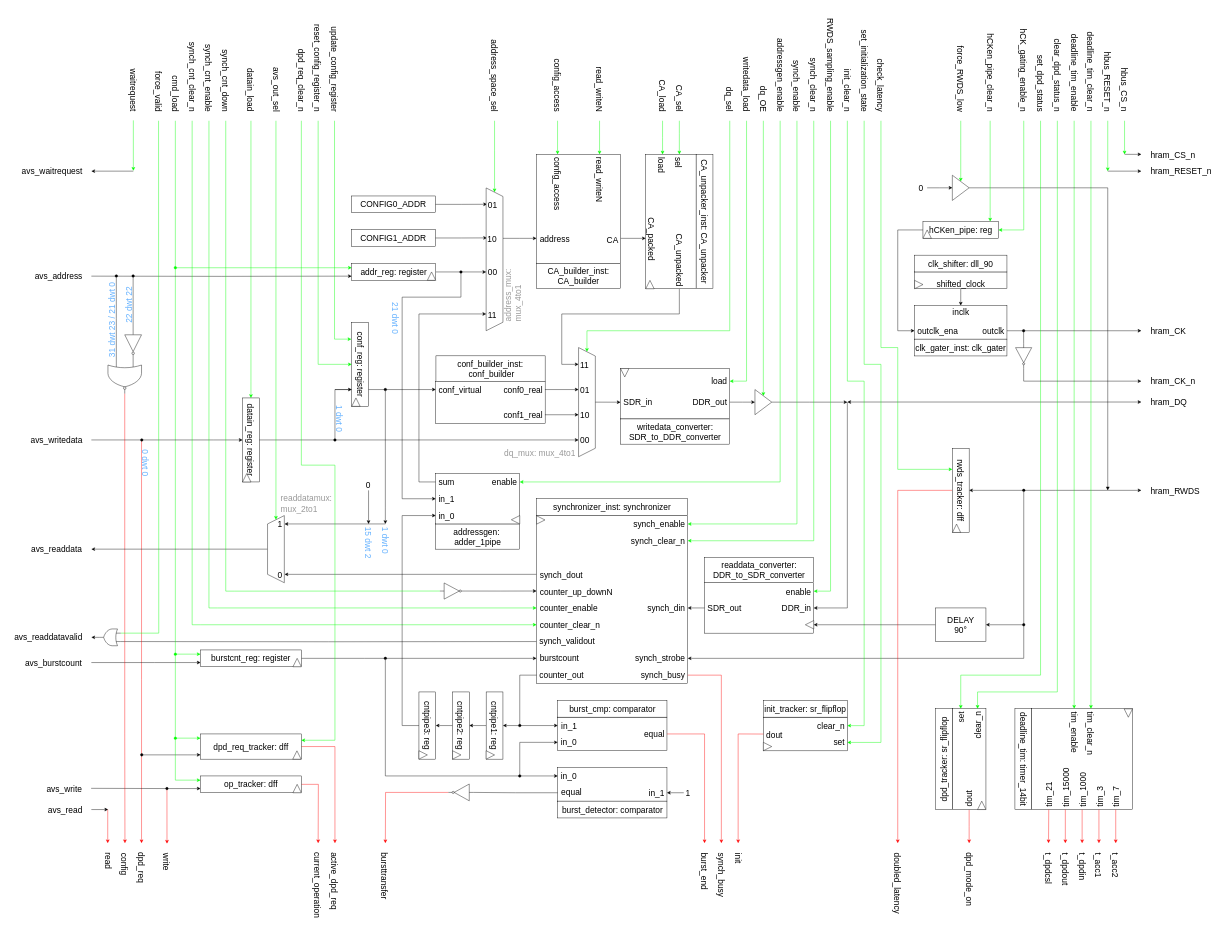
This is page "RTL" (2 of 9) of hyperram_system/ip/avs_to_hram_converter/schematics/avs_to_hram_converter.drawio from AndreaBononi/Intel_Cyclone10LP_systems, a draw.io file, before an edit. Source tidied: cells renumbered, new cells numbered last; positions are measured from the earlier drawing's top-left corner, leaving out a move shared by most shapes. Both pictures are drawn from the tidied source at 42%, with x=0, y=0 at pixel (7, 51).
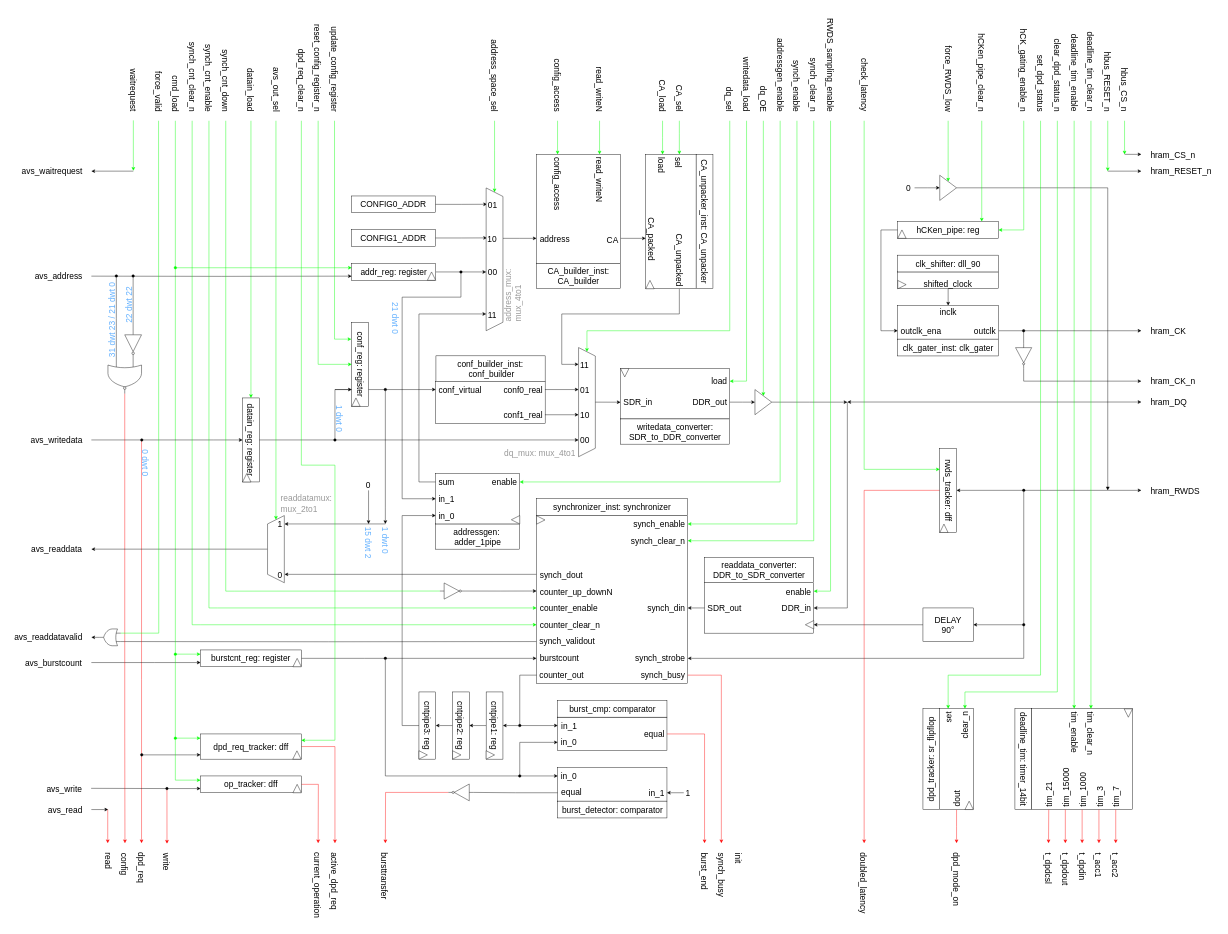
The same diagram, later.

The edit, as a diff of the source:
```diff
@@
     <mxCell id="34" style="edgeStyle=orthogonalEdgeStyle;rounded=0;jettySize=auto;html=1;strokeColor=default;entryX=0;entryY=0.75;entryDx=0;entryDy=0;exitX=0.5;exitY=1;exitDx=0;exitDy=0;" parent="1" edge="1" source="330" target="70">
       <mxGeometry relative="1" as="geometry">
         <Array as="points">
-          <mxPoint x="2120" y="425" />
-          <mxPoint x="2120" y="665" />
+          <mxPoint x="2080" y="425" />
+          <mxPoint x="2080" y="665" />
         </Array>
       </mxGeometry>
     </mxCell>
@@
     <mxCell id="38" style="rounded=0;whiteSpace=wrap;html=1;fontSize=20;rotation=0;" parent="1" vertex="1">
-      <mxGeometry x="2160" y="525" width="220" height="40" as="geometry" />
+      <mxGeometry x="2120" y="525" width="240" height="40" as="geometry" />
     </mxCell>
     <mxCell id="39" value="&lt;font style=&quot;font-size: 20px;&quot;&gt;clk_shifter: dll_90&lt;br style=&quot;font-size: 20px;&quot;&gt;&lt;/font&gt;" style="rounded=0;whiteSpace=wrap;html=1;fontSize=20;rotation=0;" parent="1" vertex="1">
-      <mxGeometry x="2160" y="485" width="220" height="40" as="geometry" />
+      <mxGeometry x="2120" y="485" width="240" height="40" as="geometry" />
     </mxCell>
     <mxCell id="40" value="&lt;div align=&quot;center&quot; style=&quot;font-size: 20px;&quot;&gt;&lt;font style=&quot;font-size: 20px;&quot;&gt;shifted_clock&lt;/font&gt;&lt;/div&gt;" style="text;html=1;align=center;verticalAlign=middle;strokeColor=none;fillColor=none;fontSize=20;rotation=0;" parent="1" vertex="1">
-      <mxGeometry x="2200" y="533" width="140" height="40" as="geometry" />
+      <mxGeometry x="2169" y="533" width="140" height="40" as="geometry" />
     </mxCell>
@@
     <mxCell id="49" value="dpd_mode_on" style="text;html=1;align=left;verticalAlign=middle;strokeColor=none;fillColor=none;fontSize=20;rotation=90;" parent="1" vertex="1">
-      <mxGeometry x="2215" y="1960" width="150" height="40" as="geometry" />
+      <mxGeometry x="2185" y="1960" width="150" height="40" as="geometry" />
     </mxCell>
-    <mxCell id="50" style="edgeStyle=orthogonalEdgeStyle;rounded=0;jettySize=auto;html=1;strokeColor=#00FF00;entryX=1;entryY=0.25;entryDx=0;entryDy=0;" parent="1" edge="1" target="304">
-      <mxGeometry relative="1" as="geometry">
-        <mxPoint x="2000" y="165" as="sourcePoint" />
-        <Array as="points">
-          <mxPoint x="2000" y="785" />
-          <mxPoint x="2040" y="785" />
-          <mxPoint x="2040" y="1605" />
-        </Array>
-      </mxGeometry>
-    </mxCell>
@@
-    <mxCell id="52" style="edgeStyle=orthogonalEdgeStyle;rounded=0;jettySize=auto;html=1;strokeColor=#00FF00;entryX=1;entryY=0.75;entryDx=0;entryDy=0;" parent="1" edge="1" target="304">
-      <mxGeometry relative="1" as="geometry">
-        <mxPoint x="2040" y="165" as="sourcePoint" />
-        <Array as="points">
-          <mxPoint x="2040" y="745" />
-          <mxPoint x="2080" y="745" />
-          <mxPoint x="2080" y="1645" />
-        </Array>
-      </mxGeometry>
-    </mxCell>
@@
     <mxCell id="70" style="rounded=0;whiteSpace=wrap;html=1;fontSize=20;rotation=0;" parent="1" vertex="1">
-      <mxGeometry x="2160" y="605" width="220" height="80" as="geometry" />
+      <mxGeometry x="2120" y="605" width="240" height="80" as="geometry" />
     </mxCell>
     <mxCell id="71" value="&lt;font style=&quot;font-size: 20px;&quot;&gt;clk_gater_inst: clk_gater&lt;br style=&quot;font-size: 20px;&quot;&gt;&lt;/font&gt;" style="rounded=0;whiteSpace=wrap;html=1;fontSize=20;rotation=0;" parent="1" vertex="1">
-      <mxGeometry x="2160" y="685" width="220" height="40" as="geometry" />
+      <mxGeometry x="2120" y="685" width="240" height="40" as="geometry" />
     </mxCell>
     <mxCell id="72" value="outclk" style="text;html=1;align=right;verticalAlign=middle;strokeColor=none;fillColor=none;fontSize=20;rotation=0;" parent="1" vertex="1">
-      <mxGeometry x="2295" y="645" width="80" height="40" as="geometry" />
+      <mxGeometry x="2275" y="645" width="80" height="40" as="geometry" />
     </mxCell>
     <mxCell id="73" value="outclk_ena" style="text;html=1;align=left;verticalAlign=middle;strokeColor=none;fillColor=none;fontSize=20;rotation=0;" parent="1" vertex="1">
-      <mxGeometry x="2165" y="645" width="120" height="40" as="geometry" />
+      <mxGeometry x="2125" y="645" width="120" height="40" as="geometry" />
     </mxCell>
@@
     <mxCell id="136" style="edgeStyle=orthogonalEdgeStyle;rounded=0;jettySize=auto;html=1;strokeColor=#00FF00;entryX=0.5;entryY=0;entryDx=0;entryDy=0;" parent="1" edge="1" target="172">
       <mxGeometry relative="1" as="geometry">
-        <mxPoint x="2270" y="165" as="sourcePoint" />
+        <mxPoint x="2240" y="165" as="sourcePoint" />
         <Array as="points">
-          <mxPoint x="2270" y="225" />
-          <mxPoint x="2270" y="225" />
+          <mxPoint x="2240" y="225" />
+          <mxPoint x="2240" y="225" />
         </Array>
       </mxGeometry>
     </mxCell>
     <mxCell id="137" value="&lt;font style=&quot;font-size: 20px;&quot;&gt;force_RWDS_low&lt;/font&gt;" style="text;html=1;align=right;verticalAlign=middle;strokeColor=none;fillColor=none;rotation=90;fontSize=15;" parent="1" vertex="1">
-      <mxGeometry x="2180" y="35" width="180" height="40" as="geometry" />
+      <mxGeometry x="2150" y="35" width="180" height="40" as="geometry" />
     </mxCell>
@@
     <mxCell id="142" style="endArrow=classic;html=1;rounded=0;strokeColor=#FF0000;edgeStyle=orthogonalEdgeStyle;exitX=1;exitY=0.5;exitDx=0;exitDy=0;" parent="1" edge="1" source="145">
       <mxGeometry relative="1" as="geometry">
-        <mxPoint x="2120" y="1885" as="targetPoint" />
+        <mxPoint x="2040" y="1885" as="targetPoint" />
         <Array as="points">
-          <mxPoint x="2120" y="1045" />
-          <mxPoint x="2120" y="1885" />
+          <mxPoint x="2040" y="1045" />
+          <mxPoint x="2040" y="1885" />
         </Array>
       </mxGeometry>
     </mxCell>
     <mxCell id="143" value="doubled_latency" style="text;html=1;align=left;verticalAlign=middle;strokeColor=none;fillColor=none;fontSize=20;rotation=90;" parent="1" vertex="1">
-      <mxGeometry x="2035" y="1971" width="170" height="40" as="geometry" />
+      <mxGeometry x="1954" y="1970" width="170" height="40" as="geometry" />
     </mxCell>
@@
     <mxCell id="145" value="&lt;font style=&quot;font-size: 20px;&quot;&gt;rwds_tracker: dff&lt;/font&gt;" style="rounded=0;whiteSpace=wrap;html=1;horizontal=1;direction=south;fontSize=20;rotation=90;" parent="1" vertex="1">
-      <mxGeometry x="2170" y="1025" width="200" height="40" as="geometry" />
+      <mxGeometry x="2140" y="1025" width="200" height="40" as="geometry" />
     </mxCell>
     <mxCell id="146" style="triangle;whiteSpace=wrap;html=1;direction=east;fontSize=15;horizontal=1;rotation=-90;" parent="1" vertex="1">
-      <mxGeometry x="2250" y="1125.5" width="20" height="19.5" as="geometry" />
+      <mxGeometry x="2220" y="1125.5" width="20" height="19.5" as="geometry" />
     </mxCell>
-    <mxCell id="147" style="edgeStyle=orthogonalEdgeStyle;rounded=0;orthogonalLoop=1;jettySize=auto;html=1;strokeColor=#00FF00;" parent="1" edge="1">
+    <mxCell id="147" style="edgeStyle=orthogonalEdgeStyle;rounded=0;jettySize=auto;html=1;strokeColor=#00FF00;entryX=1;entryY=0.75;entryDx=0;entryDy=0;" parent="1" edge="1" target="145">
       <mxGeometry relative="1" as="geometry">
-        <mxPoint x="2080" y="165" as="sourcePoint" />
-        <mxPoint x="2250" y="995" as="targetPoint" />
+        <mxPoint x="2040" y="165" as="sourcePoint" />
         <Array as="points">
-          <mxPoint x="2080" y="705" />
-          <mxPoint x="2120" y="705" />
-          <mxPoint x="2120" y="995" />
+          <mxPoint x="2040" y="995" />
         </Array>
       </mxGeometry>
     </mxCell>
     <mxCell id="148" value="&lt;font style=&quot;font-size: 20px;&quot;&gt;check_latency&lt;/font&gt;" style="text;html=1;align=right;verticalAlign=middle;strokeColor=none;fillColor=none;rotation=90;fontSize=15;" parent="1" vertex="1">
-      <mxGeometry x="2005" y="50" width="150" height="40" as="geometry" />
+      <mxGeometry x="1965" y="49" width="150" height="40" as="geometry" />
     </mxCell>
@@
     <mxCell id="171" style="edgeStyle=orthogonalEdgeStyle;rounded=0;jettySize=auto;html=1;exitX=0;exitY=0.5;exitDx=0;exitDy=0;entryX=0;entryY=0.5;entryDx=0;entryDy=0;" parent="1" edge="1" target="172">
       <mxGeometry relative="1" as="geometry">
-        <mxPoint x="2190" y="324.7" as="sourcePoint" />
+        <mxPoint x="2160" y="324.7" as="sourcePoint" />
         <Array as="points">
-          <mxPoint x="2220" y="323.9" />
-          <mxPoint x="2220" y="323.9" />
+          <mxPoint x="2190" y="323.9" />
+          <mxPoint x="2190" y="323.9" />
         </Array>
       </mxGeometry>
     </mxCell>
     <mxCell id="172" style="triangle;whiteSpace=wrap;html=1;align=left;" parent="1" vertex="1">
-      <mxGeometry x="2250" y="294.7" width="40" height="60" as="geometry" />
+      <mxGeometry x="2220" y="294.7" width="40" height="60" as="geometry" />
     </mxCell>
     <mxCell id="173" value="&lt;font style=&quot;font-size: 20px;&quot;&gt;0&lt;/font&gt;" style="text;html=1;align=center;verticalAlign=middle;strokeColor=none;fillColor=none;" parent="1" vertex="1">
-      <mxGeometry x="2160" y="305.1" width="30" height="40" as="geometry" />
+      <mxGeometry x="2130" y="305.1" width="30" height="40" as="geometry" />
     </mxCell>
@@
     <mxCell id="292" style="edgeStyle=orthogonalEdgeStyle;rounded=0;jettySize=auto;html=1;exitX=0;exitY=0.5;exitDx=0;exitDy=0;strokeColor=#FF0000;" parent="1" edge="1" source="293">
       <mxGeometry relative="1" as="geometry">
-        <mxPoint x="2290" y="1885" as="targetPoint" />
+        <mxPoint x="2260" y="1885" as="targetPoint" />
       </mxGeometry>
     </mxCell>
     <mxCell id="293" style="rounded=0;whiteSpace=wrap;html=1;fontSize=20;rotation=-90;" parent="1" vertex="1">
-      <mxGeometry x="2170" y="1645" width="240" height="80" as="geometry" />
+      <mxGeometry x="2140" y="1645" width="240" height="80" as="geometry" />
     </mxCell>
     <mxCell id="294" value="&lt;font style=&quot;font-size: 20px;&quot;&gt;dpd_tracker: sr_flipflop&lt;/font&gt;" style="rounded=0;whiteSpace=wrap;html=1;fontSize=20;rotation=-90;" parent="1" vertex="1">
-      <mxGeometry x="2110" y="1665" width="240" height="40" as="geometry" />
+      <mxGeometry x="2080" y="1665" width="240" height="40" as="geometry" />
     </mxCell>
     <mxCell id="295" value="set" style="text;html=1;align=right;verticalAlign=middle;strokeColor=none;fillColor=none;fontSize=20;rotation=-89;" parent="1" vertex="1">
-      <mxGeometry x="2245" y="1575.2" width="50" height="40" as="geometry" />
+      <mxGeometry x="2215" y="1575.2" width="50" height="40" as="geometry" />
     </mxCell>
     <mxCell id="296" value="&lt;div style=&quot;font-size: 20px;&quot;&gt;dout&lt;/div&gt;" style="text;html=1;align=left;verticalAlign=middle;strokeColor=none;fillColor=none;fontSize=20;rotation=-90;" parent="1" vertex="1">
-      <mxGeometry x="2260" y="1750" width="60" height="40" as="geometry" />
+      <mxGeometry x="2230" y="1750" width="60" height="40" as="geometry" />
     </mxCell>
     <mxCell id="297" style="triangle;whiteSpace=wrap;html=1;direction=east;fontSize=20;rotation=-90;" parent="1" vertex="1">
-      <mxGeometry x="2310" y="1785" width="20" height="20" as="geometry" />
+      <mxGeometry x="2280" y="1785" width="20" height="20" as="geometry" />
     </mxCell>
     <mxCell id="298" value="clear_n" style="text;html=1;align=right;verticalAlign=middle;strokeColor=none;fillColor=none;fontSize=20;rotation=-90;" parent="1" vertex="1">
-      <mxGeometry x="2265" y="1595" width="90" height="40" as="geometry" />
+      <mxGeometry x="2235" y="1595" width="90" height="40" as="geometry" />
     </mxCell>
@@
     <mxCell id="300" style="edgeStyle=orthogonalEdgeStyle;rounded=0;jettySize=auto;html=1;strokeColor=#00FF00;entryX=1;entryY=0.75;entryDx=0;entryDy=0;" parent="1" edge="1" target="293">
       <mxGeometry relative="1" as="geometry">
         <mxPoint x="2500" y="165" as="sourcePoint" />
         <Array as="points">
           <mxPoint x="2500" y="1525" />
-          <mxPoint x="2310" y="1525" />
+          <mxPoint x="2280" y="1525" />
         </Array>
       </mxGeometry>
     </mxCell>
     <mxCell id="301" style="edgeStyle=orthogonalEdgeStyle;rounded=0;jettySize=auto;html=1;strokeColor=#00FF00;entryX=1;entryY=0.25;entryDx=0;entryDy=0;" parent="1" edge="1" target="293">
       <mxGeometry relative="1" as="geometry">
         <mxPoint x="2460" y="165" as="sourcePoint" />
         <Array as="points">
           <mxPoint x="2460" y="1485" />
-          <mxPoint x="2270" y="1485" />
+          <mxPoint x="2240" y="1485" />
         </Array>
       </mxGeometry>
     </mxCell>
-    <mxCell id="302" value="set_initialization_state" style="text;html=1;align=right;verticalAlign=middle;strokeColor=none;fillColor=none;fontSize=20;rotation=90;" parent="1" vertex="1">
-      <mxGeometry x="1930" y="15.1" width="220" height="40" as="geometry" />
-    </mxCell>
-    <mxCell id="303" value="init_clear_n" style="text;html=1;align=right;verticalAlign=middle;strokeColor=none;fillColor=none;fontSize=20;rotation=90;" parent="1" vertex="1">
-      <mxGeometry x="1935" y="60.1" width="130" height="40" as="geometry" />
-    </mxCell>
-    <mxCell id="304" style="rounded=0;whiteSpace=wrap;html=1;fontSize=20;" parent="1" vertex="1">
-      <mxGeometry x="1800" y="1585.2" width="200" height="80" as="geometry" />
-    </mxCell>
-    <mxCell id="305" value="&lt;font style=&quot;font-size: 20px;&quot;&gt;init_tracker: sr_flipflop&lt;/font&gt;" style="rounded=0;whiteSpace=wrap;html=1;fontSize=20;" parent="1" vertex="1">
-      <mxGeometry x="1800" y="1545" width="200" height="40" as="geometry" />
-    </mxCell>
-    <mxCell id="306" value="set" style="text;html=1;align=right;verticalAlign=middle;strokeColor=none;fillColor=none;fontSize=20;" parent="1" vertex="1">
-      <mxGeometry x="1945" y="1625" width="50" height="40" as="geometry" />
-    </mxCell>
-    <mxCell id="307" value="&lt;div style=&quot;font-size: 20px;&quot;&gt;dout&lt;/div&gt;" style="text;html=1;align=left;verticalAlign=middle;strokeColor=none;fillColor=none;fontSize=20;" parent="1" vertex="1">
-      <mxGeometry x="1804.5" y="1606" width="60" height="40" as="geometry" />
-    </mxCell>
-    <mxCell id="308" style="triangle;whiteSpace=wrap;html=1;direction=east;fontSize=20;" parent="1" vertex="1">
-      <mxGeometry x="1800" y="1645" width="20" height="20" as="geometry" />
-    </mxCell>
-    <mxCell id="309" value="clear_n" style="text;html=1;align=right;verticalAlign=middle;strokeColor=none;fillColor=none;fontSize=20;" parent="1" vertex="1">
-      <mxGeometry x="1905" y="1585" width="90" height="40" as="geometry" />
-    </mxCell>
-    <mxCell id="310" style="endArrow=classic;html=1;rounded=0;strokeColor=#FF0000;exitX=0;exitY=0.5;exitDx=0;exitDy=0;" parent="1" edge="1" source="304">
-      <mxGeometry relative="1" as="geometry">
-        <mxPoint x="1740" y="1885" as="targetPoint" />
-        <Array as="points">
-          <mxPoint x="1740" y="1625" />
-        </Array>
-      </mxGeometry>
-    </mxCell>
@@
     <mxCell id="325" style="triangle;whiteSpace=wrap;html=1;direction=west;fontSize=20;rotation=-180;" parent="1" vertex="1">
-      <mxGeometry x="2160" y="545" width="20" height="20" as="geometry" />
+      <mxGeometry x="2120" y="545.2" width="20" height="20" as="geometry" />
     </mxCell>
     <mxCell id="326" value="inclk" style="text;html=1;align=center;verticalAlign=middle;strokeColor=none;fillColor=none;fontSize=20;rotation=0;" parent="1" vertex="1">
-      <mxGeometry x="2240" y="600.4" width="60" height="40" as="geometry" />
+      <mxGeometry x="2210" y="600" width="60" height="40" as="geometry" />
     </mxCell>
@@
     <mxCell id="328" value="&lt;div&gt;DELAY&lt;/div&gt;&lt;div&gt;90°&lt;br&gt;&lt;/div&gt;" style="rounded=0;whiteSpace=wrap;html=1;fontSize=20;" parent="1" vertex="1">
-      <mxGeometry x="2210" y="1325" width="120" height="80" as="geometry" />
+      <mxGeometry x="2180" y="1325" width="120" height="80" as="geometry" />
     </mxCell>
     <mxCell id="329" style="edgeStyle=orthogonalEdgeStyle;rounded=0;orthogonalLoop=1;jettySize=auto;html=1;strokeColor=#00FF00;" parent="1" edge="1">
       <mxGeometry relative="1" as="geometry">
-        <mxPoint x="2340" y="165" as="sourcePoint" />
-        <mxPoint x="2340" y="405" as="targetPoint" />
+        <mxPoint x="2320" y="165" as="sourcePoint" />
+        <mxPoint x="2320" y="405" as="targetPoint" />
         <Array as="points">
-          <mxPoint x="2340" y="275" />
-          <mxPoint x="2340" y="275" />
+          <mxPoint x="2320" y="275" />
+          <mxPoint x="2320" y="275" />
         </Array>
       </mxGeometry>
     </mxCell>
     <mxCell id="330" value="&lt;font style=&quot;font-size: 20px;&quot;&gt;hCKen_pipe: reg&lt;/font&gt;" style="rounded=0;whiteSpace=wrap;html=1;horizontal=1;direction=south;fontSize=20;rotation=0;align=center;" parent="1" vertex="1">
-      <mxGeometry x="2180" y="405" width="180" height="40" as="geometry" />
+      <mxGeometry x="2120" y="405" width="240" height="40" as="geometry" />
     </mxCell>
     <mxCell id="331" style="triangle;whiteSpace=wrap;html=1;direction=west;fontSize=20;rotation=90;align=center;" parent="1" vertex="1">
-      <mxGeometry x="2180" y="425" width="20" height="20" as="geometry" />
+      <mxGeometry x="2120" y="425" width="20" height="20" as="geometry" />
     </mxCell>
     <mxCell id="332" value="&lt;font style=&quot;font-size: 20px;&quot;&gt;hCKen_pipe_clear_n&lt;/font&gt;" style="text;html=1;align=right;verticalAlign=middle;strokeColor=none;fillColor=none;rotation=90;fontSize=15;" parent="1" vertex="1">
-      <mxGeometry x="2235" y="20" width="210" height="40" as="geometry" />
+      <mxGeometry x="2215" y="20" width="210" height="40" as="geometry" />
     </mxCell>
```
